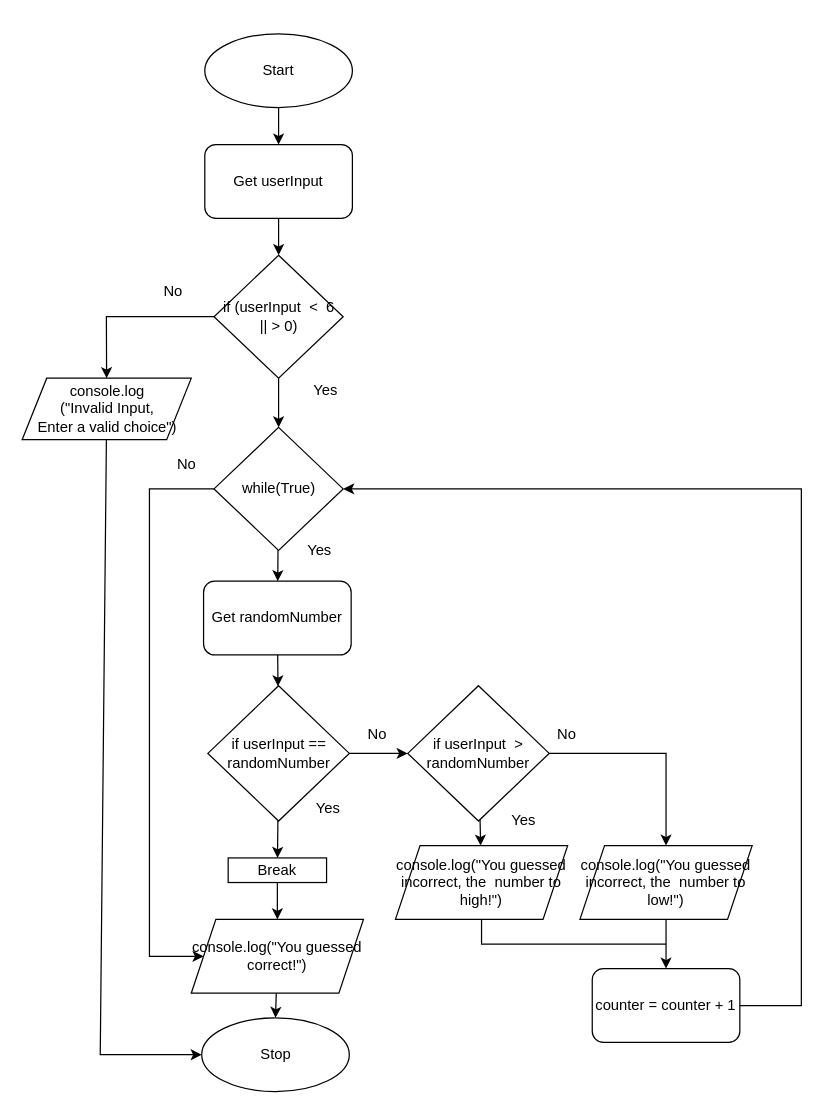
JacksonNaufal/ics4u-unit1-04-typescript keeps this draw.io diagram as Drawio/Flowchart.drawio. Above is the earlier version. Source tidied: cells renumbered, new cells numbered last; positions are measured from the earlier drawing's top-left corner, leaving out a move shared by most shapes. Both pictures are drawn from the tidied source at 123%, with x=0, y=0 at pixel (21, 33).
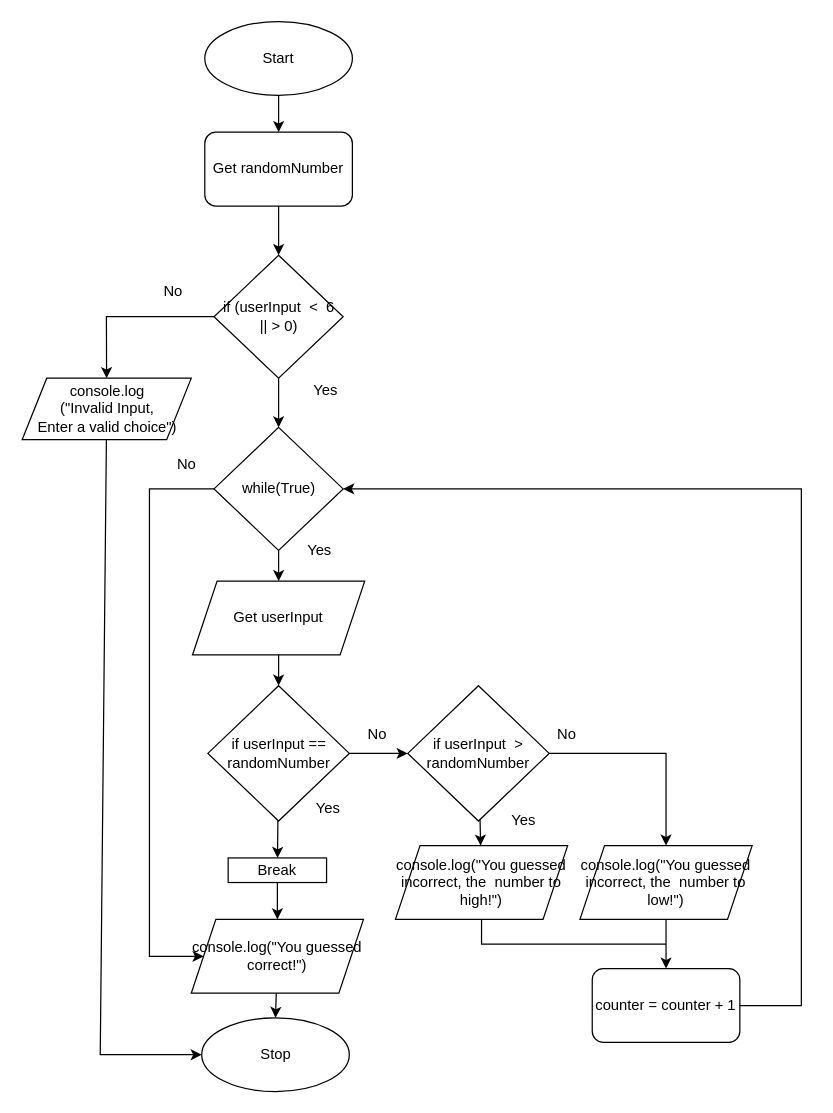
Above is the later version.

Unchanged cells that the change refers to:
```xml
<mxCell id="7" value="if (userInput&amp;nbsp; &amp;lt;&amp;nbsp; 6&lt;br&gt;|| &amp;gt; 0)" style="rhombus;whiteSpace=wrap;html=1;" parent="1" vertex="1">
  <mxGeometry x="156.5" y="180" width="105" height="100" as="geometry" />
</mxCell>
<mxCell id="10" value="if userInput == randomNumber" style="rhombus;whiteSpace=wrap;html=1;" parent="1" vertex="1">
  <mxGeometry x="151.5" y="530" width="115" height="110" as="geometry" />
</mxCell>
<mxCell id="16" value="while(True)" style="rhombus;whiteSpace=wrap;html=1;" parent="1" vertex="1">
  <mxGeometry x="156.5" y="320" width="105" height="100" as="geometry" />
</mxCell>
```

Diff of the diagram source:
```diff
@@
-    <mxCell id="2" style="edgeStyle=none;html=1;" parent="1" edge="1" source="3" target="38">
-      <mxGeometry relative="1" as="geometry" />
-    </mxCell>
+    <mxCell id="41" style="edgeStyle=none;html=1;entryX=0.5;entryY=0;entryDx=0;entryDy=0;" parent="1" edge="1" source="3" target="40">
+      <mxGeometry relative="1" as="geometry" />
+    </mxCell>
     <mxCell id="3" value="Start" style="ellipse;whiteSpace=wrap;html=1;" parent="1" vertex="1">
-      <mxGeometry x="149" width="120" height="60" as="geometry" />
+      <mxGeometry x="149" y="-10" width="120" height="60" as="geometry" />
     </mxCell>
@@
-    <mxCell id="15" style="edgeStyle=none;html=1;" parent="1" edge="1" source="16" target="40">
-      <mxGeometry relative="1" as="geometry" />
-    </mxCell>
+    <mxCell id="42" style="edgeStyle=none;html=1;entryX=0.5;entryY=0;entryDx=0;entryDy=0;" parent="1" edge="1" source="16" target="38">
+      <mxGeometry relative="1" as="geometry" />
+    </mxCell>
@@
-    <mxCell id="37" style="edgeStyle=none;html=1;" parent="1" edge="1" source="38" target="7">
-      <mxGeometry relative="1" as="geometry" />
-    </mxCell>
+    <mxCell id="43" style="edgeStyle=none;html=1;" parent="1" edge="1" source="40" target="7">
+      <mxGeometry relative="1" as="geometry" />
+    </mxCell>
+    <mxCell id="40" value="&lt;span&gt;Get randomNumber&lt;/span&gt;" style="rounded=1;whiteSpace=wrap;html=1;" parent="1" vertex="1">
+      <mxGeometry x="149" y="80" width="120" height="60" as="geometry" />
+    </mxCell>
+    <mxCell id="44" style="edgeStyle=none;html=1;entryX=0.5;entryY=0;entryDx=0;entryDy=0;" parent="1" edge="1" source="38" target="10">
+      <mxGeometry relative="1" as="geometry" />
+    </mxCell>
-    <mxCell id="38" value="&lt;span&gt;Get userInput&lt;/span&gt;" style="rounded=1;whiteSpace=wrap;html=1;" parent="1" vertex="1">
-      <mxGeometry x="149" y="90" width="120" height="60" as="geometry" />
+    <mxCell id="38" value="Get userInput" style="shape=parallelogram;perimeter=parallelogramPerimeter;whiteSpace=wrap;html=1;fixedSize=1;" parent="1" vertex="1">
+      <mxGeometry x="139" y="445" width="140" height="60" as="geometry" />
     </mxCell>
-    <mxCell id="39" style="edgeStyle=none;html=1;" parent="1" edge="1" source="40" target="10">
-      <mxGeometry relative="1" as="geometry" />
-    </mxCell>
-    <mxCell id="40" value="&lt;span&gt;Get randomNumber&lt;/span&gt;" style="rounded=1;whiteSpace=wrap;html=1;" parent="1" vertex="1">
-      <mxGeometry x="148" y="445" width="120" height="60" as="geometry" />
-    </mxCell>
```
